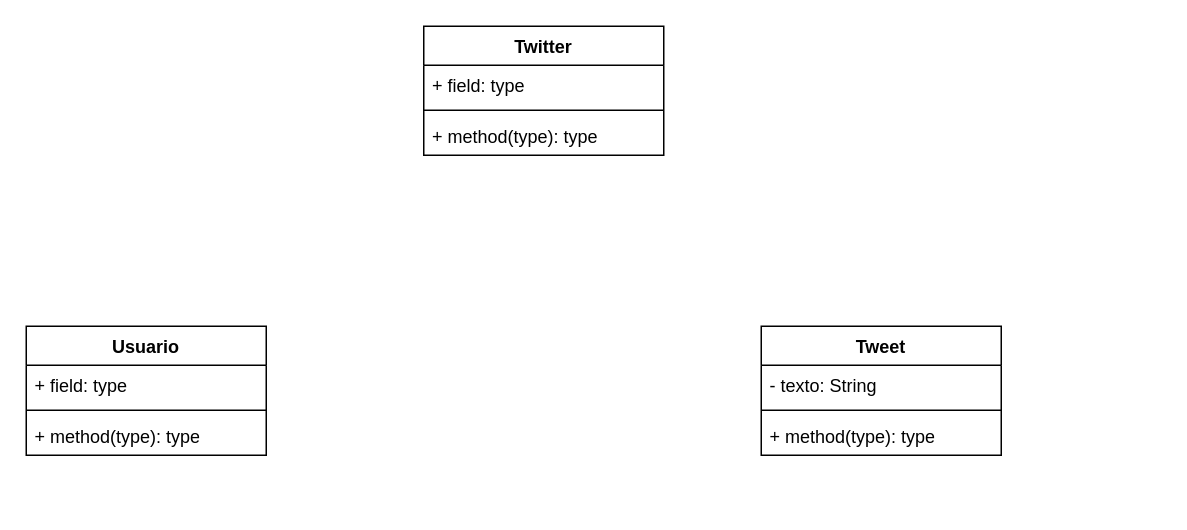
The draw.io diagram TwitterOO2.drawio in senrasunlp/OO22023, before the edit. Source tidied: cells renumbered, new cells numbered last; positions are measured from the earlier drawing's top-left corner, leaving out a move shared by most shapes. Both pictures are drawn from the tidied source at 150%, with x=0, y=0 at pixel (26, 26).
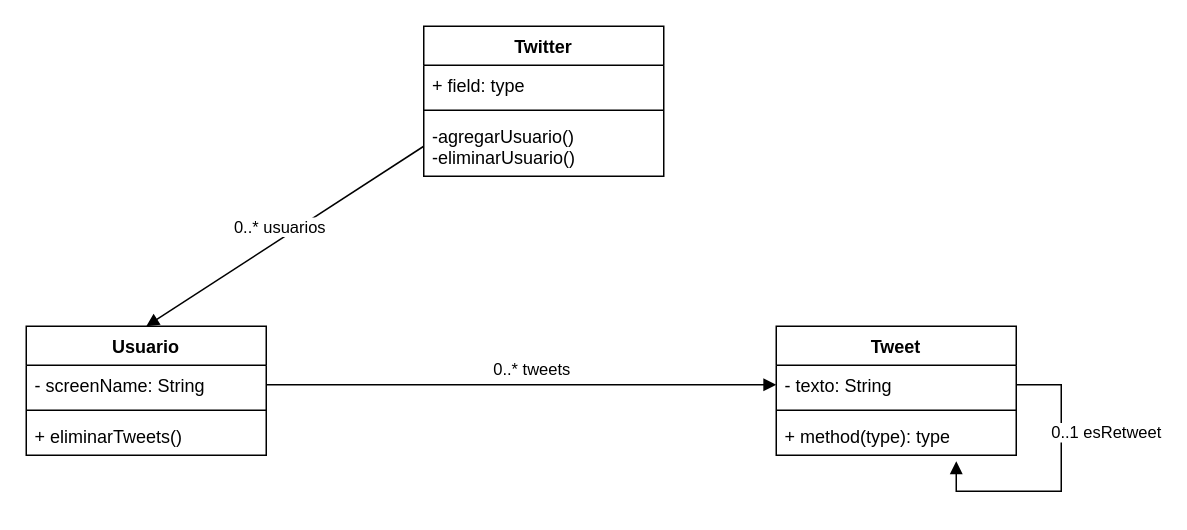
The same page after the edit.

Diff of the diagram source:
```diff
@@
 <mxGraphModel>
   <root>
     <mxCell id="0" />
     <mxCell id="1" parent="0" />
     <mxCell id="2" value="Tweet" style="swimlane;fontStyle=1;align=center;verticalAlign=top;horizontal=1;startSize=26;whiteSpace=wrap;html=1;" parent="1" vertex="1">
-      <mxGeometry x="490" y="200" width="160" height="86" as="geometry" />
+      <mxGeometry x="500" y="200" width="160" height="86" as="geometry" />
     </mxCell>
     <mxCell id="3" value="- texto: String" style="text;strokeColor=none;fillColor=none;align=left;verticalAlign=top;spacingLeft=4;spacingRight=4;overflow=hidden;points=[[0,0.5],[1,0.5]];portConstraint=eastwest;whiteSpace=wrap;html=1;" parent="2" vertex="1">
       <mxGeometry y="26" width="160" height="26" as="geometry" />
     </mxCell>
     <mxCell id="4" style="line;strokeWidth=1;fillColor=none;align=left;verticalAlign=middle;spacingTop=-1;spacingLeft=3;spacingRight=3;labelPosition=right;strokeColor=inherit;" parent="2" vertex="1">
       <mxGeometry y="52" width="160" height="8" as="geometry" />
     </mxCell>
     <mxCell id="5" value="+ method(type): type" style="text;strokeColor=none;fillColor=none;align=left;verticalAlign=top;spacingLeft=4;spacingRight=4;overflow=hidden;points=[[0,0.5],[1,0.5]];portConstraint=eastwest;whiteSpace=wrap;html=1;" parent="2" vertex="1">
       <mxGeometry y="60" width="160" height="26" as="geometry" />
     </mxCell>
+    <mxCell id="14" value="0..1 esRetweet" style="html=1;verticalAlign=bottom;endArrow=block;edgeStyle=orthogonalEdgeStyle;elbow=vertical;rounded=0;entryX=0.75;entryY=1.154;entryDx=0;entryDy=0;entryPerimeter=0;exitX=1;exitY=0.5;exitDx=0;exitDy=0;" parent="2" edge="1" source="3" target="5">
+      <mxGeometry x="-0.26" y="30" relative="1" as="geometry">
+        <Array as="points">
+          <mxPoint x="190" y="39" />
+          <mxPoint x="190" y="110" />
+          <mxPoint x="120" y="110" />
+        </Array>
+      </mxGeometry>
+    </mxCell>
     <mxCell id="6" value="Usuario" style="swimlane;fontStyle=1;align=center;verticalAlign=top;horizontal=1;startSize=26;whiteSpace=wrap;html=1;" parent="1" vertex="1">
       <mxGeometry y="200" width="160" height="86" as="geometry" />
     </mxCell>
-    <mxCell id="7" value="+ field: type" style="text;strokeColor=none;fillColor=none;align=left;verticalAlign=top;spacingLeft=4;spacingRight=4;overflow=hidden;points=[[0,0.5],[1,0.5]];portConstraint=eastwest;whiteSpace=wrap;html=1;" parent="6" vertex="1">
+    <mxCell id="7" value="- screenName: String" style="text;strokeColor=none;fillColor=none;align=left;verticalAlign=top;spacingLeft=4;spacingRight=4;overflow=hidden;points=[[0,0.5],[1,0.5]];portConstraint=eastwest;whiteSpace=wrap;html=1;" parent="6" vertex="1">
       <mxGeometry y="26" width="160" height="26" as="geometry" />
     </mxCell>
     <mxCell id="8" style="line;strokeWidth=1;fillColor=none;align=left;verticalAlign=middle;spacingTop=-1;spacingLeft=3;spacingRight=3;labelPosition=right;strokeColor=inherit;" parent="6" vertex="1">
       <mxGeometry y="52" width="160" height="8" as="geometry" />
     </mxCell>
-    <mxCell id="9" value="+ method(type): type" style="text;strokeColor=none;fillColor=none;align=left;verticalAlign=top;spacingLeft=4;spacingRight=4;overflow=hidden;whiteSpace=wrap;html=1;" parent="6" vertex="1">
+    <mxCell id="9" value="+ eliminarTweets()" style="text;strokeColor=none;fillColor=none;align=left;verticalAlign=top;spacingLeft=4;spacingRight=4;overflow=hidden;whiteSpace=wrap;html=1;" parent="6" vertex="1">
       <mxGeometry y="60" width="160" height="26" as="geometry" />
     </mxCell>
     <mxCell id="10" value="Twitter" style="swimlane;fontStyle=1;align=center;verticalAlign=top;horizontal=1;startSize=26;whiteSpace=wrap;html=1;" parent="1" vertex="1">
-      <mxGeometry x="265" width="160" height="86" as="geometry" />
+      <mxGeometry x="265" width="160" height="100" as="geometry" />
     </mxCell>
     <mxCell id="11" value="+ field: type" style="text;strokeColor=none;fillColor=none;align=left;verticalAlign=top;spacingLeft=4;spacingRight=4;overflow=hidden;whiteSpace=wrap;html=1;" parent="10" vertex="1">
       <mxGeometry y="26" width="160" height="26" as="geometry" />
     </mxCell>
     <mxCell id="12" style="line;strokeWidth=1;fillColor=none;align=left;verticalAlign=middle;spacingTop=-1;spacingLeft=3;spacingRight=3;labelPosition=right;strokeColor=inherit;" parent="10" vertex="1">
       <mxGeometry y="52" width="160" height="8" as="geometry" />
     </mxCell>
-    <mxCell id="13" value="+ method(type): type" style="text;strokeColor=none;fillColor=none;align=left;verticalAlign=top;spacingLeft=4;spacingRight=4;overflow=hidden;points=[[0,0.5],[1,0.5]];portConstraint=eastwest;whiteSpace=wrap;html=1;" parent="10" vertex="1">
-      <mxGeometry y="60" width="160" height="26" as="geometry" />
+    <mxCell id="13" value="-agregarUsuario()&lt;br&gt;-eliminarUsuario()" style="text;strokeColor=none;fillColor=none;align=left;verticalAlign=top;spacingLeft=4;spacingRight=4;overflow=hidden;points=[[0,0.5],[1,0.5]];portConstraint=eastwest;whiteSpace=wrap;html=1;" parent="10" vertex="1">
+      <mxGeometry y="60" width="160" height="40" as="geometry" />
     </mxCell>
+    <mxCell id="15" value="0..* usuarios" style="html=1;verticalAlign=bottom;endArrow=block;elbow=vertical;rounded=0;exitX=0;exitY=0.5;exitDx=0;exitDy=0;entryX=0.5;entryY=0;entryDx=0;entryDy=0;" parent="1" edge="1" source="13" target="6">
+      <mxGeometry x="0.04" y="1" relative="1" as="geometry" />
+    </mxCell>
+    <mxCell id="16" value="0..* tweets" style="html=1;verticalAlign=bottom;endArrow=block;elbow=vertical;rounded=0;exitX=1;exitY=0.5;exitDx=0;exitDy=0;entryX=0;entryY=0.5;entryDx=0;entryDy=0;" parent="1" edge="1" source="7" target="3">
+      <mxGeometry x="0.04" y="1" relative="1" as="geometry" />
+    </mxCell>
   </root>
 </mxGraphModel>
```
